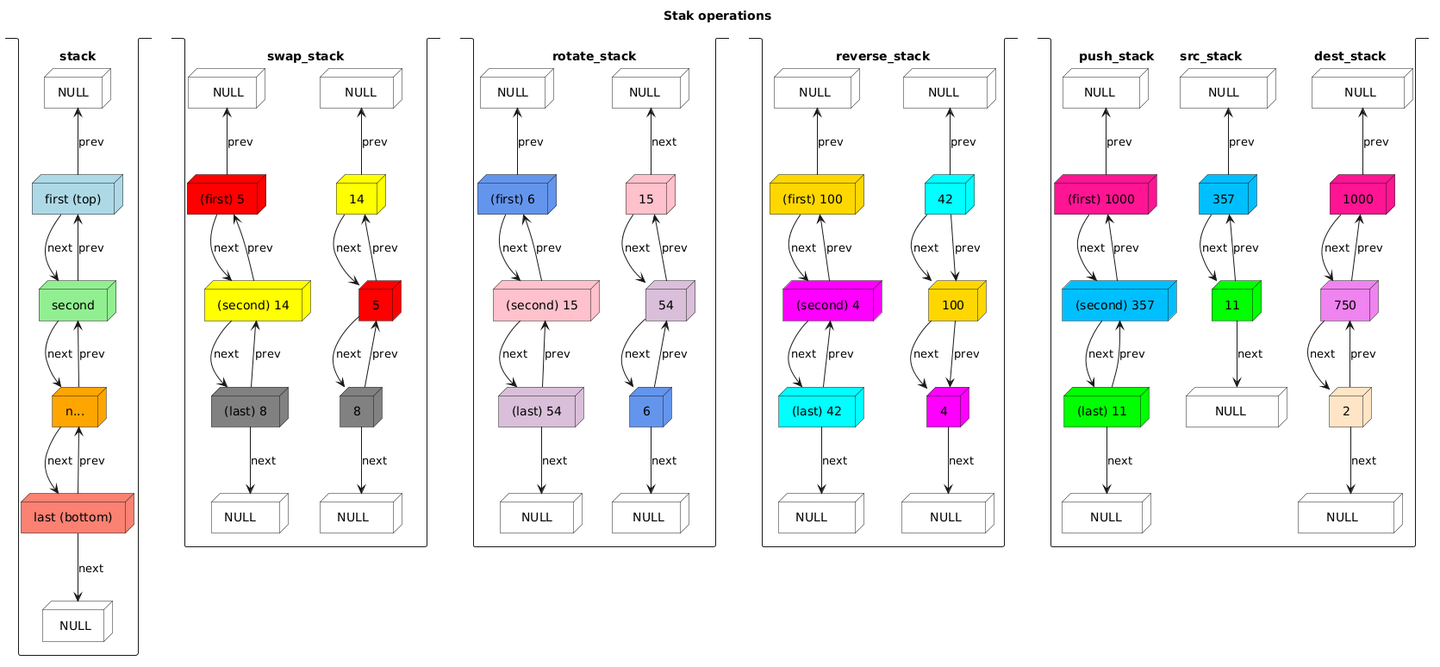
The PlantUML diagram stack_diagram.png in martinaradkovicova-lgtm/ft_push_swap, before a commit.
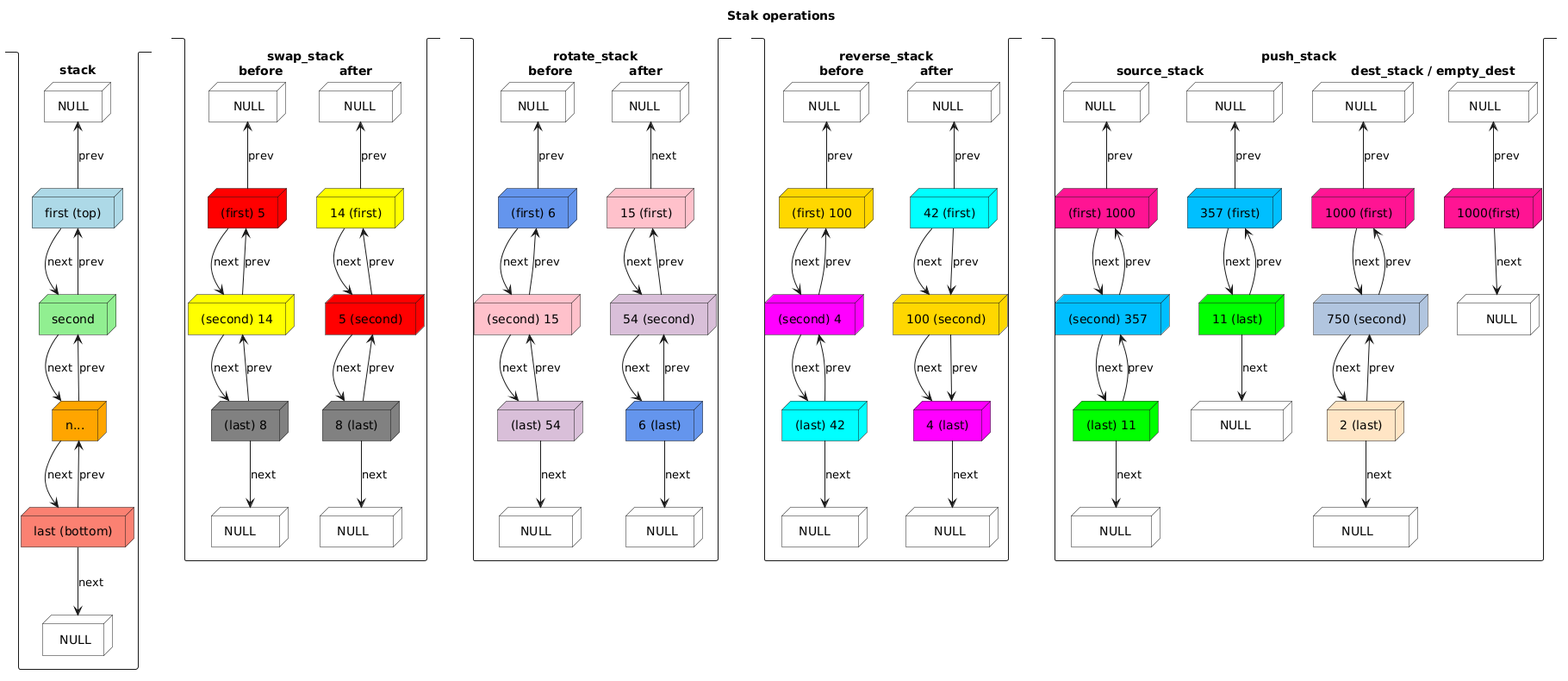
Later version of the same file.

Diff of the diagram source:
```diff
@@ -18,7 +18,7 @@
 "last (bottom)" --> " NULL" : next
 }
 
-stack swap_stack {
+stack "swap_stack\nbefore\t\tafter" {
 node "   NULL" #white
 node "(first) 5" #red
 node "(second) 14" #yellow
@@ -32,19 +32,19 @@
 "(last) 8" --> "NULL   " : next
 
 node "   NULL " #white
-node 14 #yellow
-node 5 #red
-node 8 #grey
+node "14 (first)" #yellow
+node "5 (second)" #red
+node "8 (last)" #grey
 node " NULL   " #white
-"   NULL " <-- 14 : prev
-14 --> 5 : next
-5-->14 : prev
-5 --> 8 : next
-5 <-- 8 : prev
-8 --> " NULL   " : next
+"   NULL " <-- "14 (first)" : prev
+"14 (first)" --> "5 (second)": next
+"5 (second)" --> "14 (first)" : prev
+"5 (second)" --> "8 (last)" : next
+"5 (second)" <-- "8 (last)" : prev
+"8 (last)" --> " NULL   " : next
 }
 
-stack rotate_stack {
+stack "rotate_stack\nbefore\t\tafter" {
 node "(first) 6" #CornFlowerBlue
 node "(second) 15" #pink
 node "(last) 54" #Thistle
@@ -56,20 +56,20 @@
 "(second) 15" --> "(last) 54" : next
 "(second) 15" <-- "(last) 54" : prev
 "(last) 54" --> "  NULL  " : next
-node 15 #pink
-node 54 #Thistle
-node 6 #CornFlowerBlue
+node "15 (first)" #pink
+node "54 (second)" #Thistle
+node "6 (last)" #CornFlowerBlue
 node " NULL  " #white
 node "  NULL " #white
-" NULL  " <--15 : next
-15 --> 54 : next
-54 --> 15 : prev
-54 --> 6 : next
-6-->"  NULL " : next
-54 <-- 6 : prev
+" NULL  " <-- "15 (first)" : next
+"15 (first)" --> "54 (second)" : next
+"54 (second)" --> "15 (first)" : prev
+"54 (second)" --> "6 (last)" : next
+"6 (last)" -->"  NULL " : next
+"54 (second)" <-- "6 (last)" : prev
 }
 
-stack reverse_stack {
+stack "reverse_stack\nbefore\t\tafter" {
 node "(first) 100" #gold
 node "(second) 4" #magenta
 node "(last) 42" #Cyan
@@ -82,21 +82,21 @@
 "(second) 4" <-- "(last) 42" : prev
 "(last) 42" --> " NULL    " : next
 node "   NULL    " #white
-node 4 #magenta
-node 100 #gold
-node 42 #cyan
+node "4 (last)" #magenta
+node "100 (second)" #gold
+node "42 (first)" #cyan
 node "    NULL   " #white
 
-"   NULL    " <-- 42 : prev
-42 --> 100 : next
-42 --> 100 : prev
-100 --> 4 : next
-4 <-- 100 : prev
-4 -->"    NULL   " : next
+"   NULL    " <-- "42 (first)" : prev
+"42 (first)" --> "100 (second)" : next
+"42 (first)" --> "100 (second)" : prev
+"100 (second)" --> "4 (last)" : next
+"4 (last)" <-- "100 (second)" : prev
+"4 (last)" -->"    NULL   " : next
 
 }
 
-stack "push_stack\tsrc_stack\t\t\tdest_stack" {
+stack "push_stack\n\tsource_stack\t\t\t\t\tdest_stack / empty_dest" {
 node "  NULL   " #white
 node "(first) 1000" #DeepPink
 node "(second) 357" #DeepSkyBlue
@@ -111,24 +111,30 @@
 "(last) 11" --> "    NULL  " :next
 
 node "    NULL    " #white
-node 357 #DeepSkyBlue
-node 11 #Lime
+node "357 (first)" #DeepSkyBlue
+node "11 (last)" #Lime
 node "    NULL     " #white
-"    NULL    " <-- 357 :prev
-357 --> 11 : next
-11 --> 357 : prev
-11 --> "    NULL     " : next
+"    NULL    " <-- "357 (first)" :prev
+"357 (first)" --> "11 (last)" : next
+"11 (last)" --> "357 (first)" : prev
+"11 (last)" --> "    NULL     " : next
 
 node "     NULL    " #white
-node 1000 #DeepPink
-node 750 #Violet
-node 2 #Bisque
+node "1000 (first)" #DeepPink
+node "750 (second)" #LightSteelBlue
+node "2 (last)" #Bisque
 node "    NULL      " #white
-"     NULL    " <-- 1000 :prev
-1000 --> 750 : next
-750 --> 1000 : prev
-750 --> 2 : next
-2 --> 750 : prev
-2 --> "    NULL      " : next
+"     NULL    " <-- "1000 (first)" :prev
+"1000 (first)" --> "750 (second)" : next
+"750 (second)" --> "1000 (first)" : prev
+"750 (second)" --> "2 (last)" : next
+"2 (last)" --> "750 (second)" : prev
+"2 (last)" --> "    NULL      " : next
+
+node "  NULL    " #white
+node "1000(first)" #DeepPink
+node "    NULL" #white
+"  NULL    " <-- "1000(first)" :prev
+"1000(first)" --> "    NULL" : next
 }
 @enduml
```
